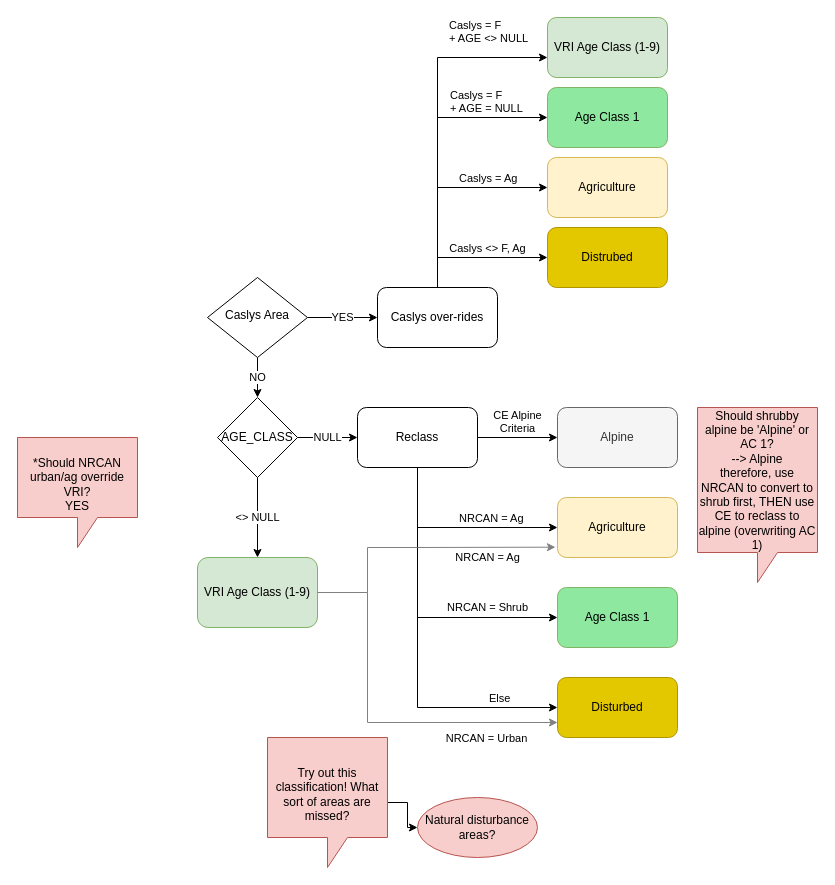
Earlier version of the draw.io diagram Untitled Diagram.drawio (rustyjux/rustyjux). Source tidied: cells renumbered, new cells numbered last; positions are measured from the earlier drawing's top-left corner, leaving out a move shared by most shapes. Both pictures are drawn from the tidied source at 100%, with x=0, y=0 at pixel (17, 17).
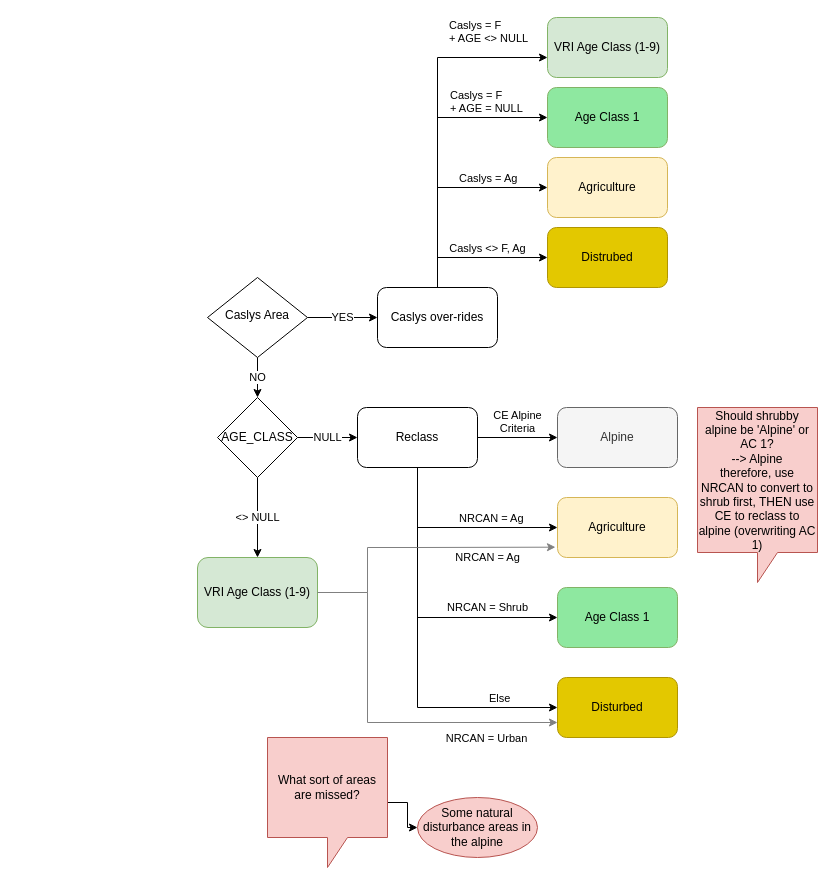
After the change.

Diff of the diagram source:
```diff
@@
-    <mxCell id="27" value="&lt;br&gt;&lt;span style=&quot;color: rgb(0, 0, 0); font-family: Helvetica; font-size: 12px; font-style: normal; font-variant-ligatures: normal; font-variant-caps: normal; font-weight: 400; letter-spacing: normal; orphans: 2; text-align: center; text-indent: 0px; text-transform: none; widows: 2; word-spacing: 0px; -webkit-text-stroke-width: 0px; text-decoration-thickness: initial; text-decoration-style: initial; text-decoration-color: initial; float: none; display: inline !important;&quot;&gt;*Should NRCAN urban/ag override VRI?&lt;br&gt;&lt;/span&gt;YES" style="shape=callout;whiteSpace=wrap;html=1;perimeter=calloutPerimeter;labelBackgroundColor=none;fillColor=#f8cecc;strokeColor=#b85450;" parent="1" vertex="1">
-      <mxGeometry y="420" width="120" height="110" as="geometry" />
-    </mxCell>
@@
-    <mxCell id="29" value="&lt;br&gt;Try out this classification! What sort of areas are missed?" style="shape=callout;whiteSpace=wrap;html=1;perimeter=calloutPerimeter;labelBackgroundColor=none;fillColor=#f8cecc;strokeColor=#b85450;" parent="1" vertex="1">
+    <mxCell id="29" value="What sort of areas are missed?" style="shape=callout;whiteSpace=wrap;html=1;perimeter=calloutPerimeter;labelBackgroundColor=none;fillColor=#f8cecc;strokeColor=#b85450;" parent="1" vertex="1">
       <mxGeometry x="250" y="720" width="120" height="130" as="geometry" />
     </mxCell>
-    <mxCell id="30" value="Natural disturbance areas?" style="ellipse;whiteSpace=wrap;html=1;fillColor=#f8cecc;strokeColor=#b85450;labelBackgroundColor=none;" parent="1" vertex="1">
+    <mxCell id="30" value="Some natural disturbance areas in the alpine" style="ellipse;whiteSpace=wrap;html=1;fillColor=#f8cecc;strokeColor=#b85450;labelBackgroundColor=none;" parent="1" vertex="1">
       <mxGeometry x="400" y="780" width="120" height="60" as="geometry" />
     </mxCell>
```
